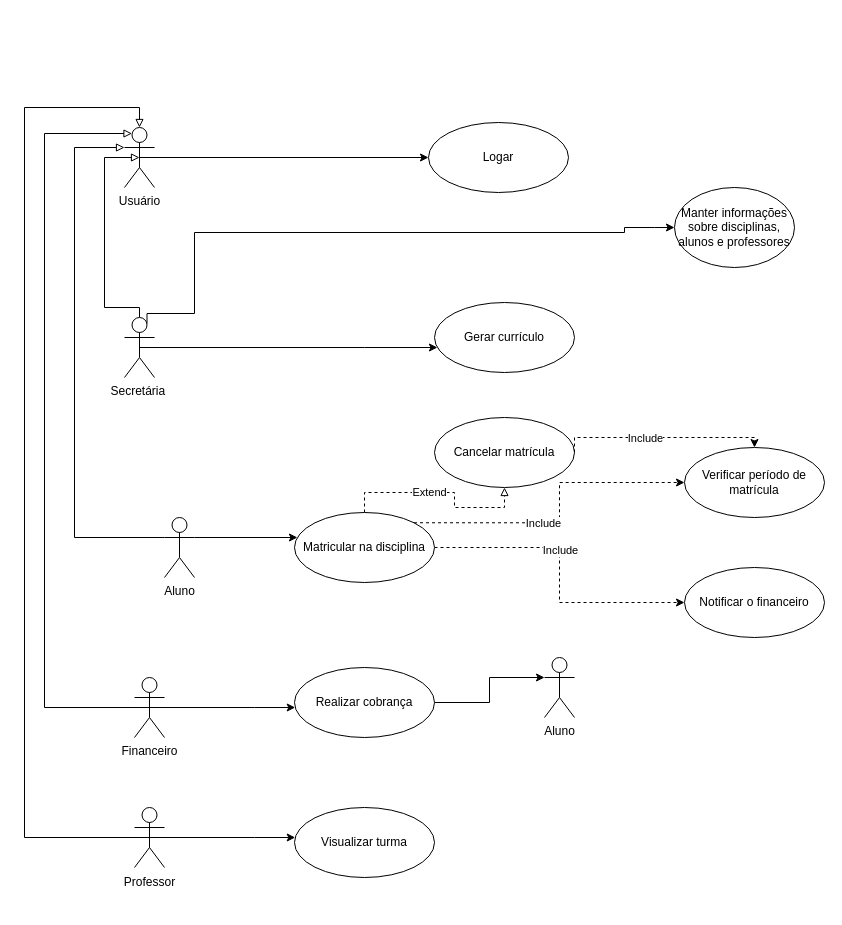
The draw.io diagram projeto/DiagramaCasoDeUso/Aula02LAB.drawio in BernardoPUC/LDS-01, before the edit. Source tidied: cells renumbered, new cells numbered last; positions are measured from the earlier drawing's top-left corner, leaving out a move shared by most shapes. Both pictures are drawn from the tidied source at 100%, with x=0, y=0 at pixel (24, 107).
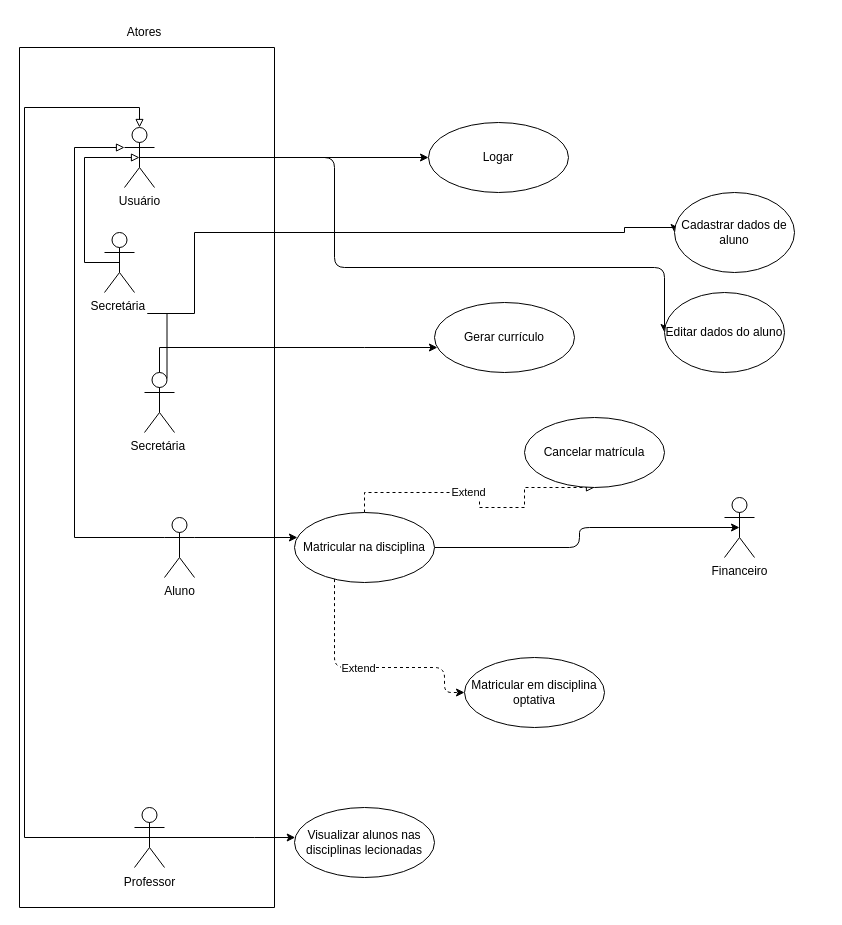
Above is the later version.

Commit message (it also covers changes not shown here):
chore: Atualizar diagramas de caso de uso

Unchanged cells that the change refers to:
```xml
<mxCell id="15" value="Matricular na disciplina" style="ellipse;whiteSpace=wrap;html=1;" parent="1" vertex="1">
  <mxGeometry x="270" y="405" width="140" height="70" as="geometry" />
</mxCell>
<mxCell id="29" value="Usuário" style="shape=umlActor;verticalLabelPosition=bottom;verticalAlign=top;html=1;" parent="1" vertex="1">
  <mxGeometry x="100" y="20" width="30" height="60" as="geometry" />
</mxCell>
```

What changed in the source:
```diff
@@
-    <mxCell id="4" style="edgeStyle=orthogonalEdgeStyle;rounded=0;jettySize=auto;html=1;exitX=0.5;exitY=0;exitDx=0;exitDy=0;exitPerimeter=0;endArrow=block;endFill=0;entryX=0.5;entryY=0.5;entryDx=0;entryDy=0;entryPerimeter=0;" parent="1" edge="1" source="5" target="29">
-      <mxGeometry relative="1" as="geometry">
-        <Array as="points">
-          <mxPoint x="115" y="200" />
-          <mxPoint x="80" y="200" />
-          <mxPoint x="80" y="50" />
-        </Array>
-      </mxGeometry>
-    </mxCell>
     <mxCell id="5" value="Secretária&amp;nbsp;" style="shape=umlActor;verticalLabelPosition=bottom;verticalAlign=top;html=1;" parent="1" vertex="1">
-      <mxGeometry x="100" y="210" width="30" height="60" as="geometry" />
+      <mxGeometry x="120" y="265" width="30" height="60" as="geometry" />
     </mxCell>
@@
-    <mxCell id="7" value="Manter informações sobre disciplinas, alunos e professores" style="ellipse;whiteSpace=wrap;html=1;" parent="1" vertex="1">
-      <mxGeometry x="650" y="80" width="120" height="80" as="geometry" />
+    <mxCell id="7" value="Cadastrar dados de aluno" style="ellipse;whiteSpace=wrap;html=1;" parent="1" vertex="1">
+      <mxGeometry x="650" y="85" width="120" height="80" as="geometry" />
     </mxCell>
@@
-    <mxCell id="11" style="edgeStyle=orthogonalEdgeStyle;rounded=0;jettySize=auto;html=1;exitX=1;exitY=0.5;exitDx=0;exitDy=0;dashed=1;" parent="1" edge="1" source="15" target="20">
-      <mxGeometry relative="1" as="geometry" />
-    </mxCell>
-    <mxCell id="12" value="Include" style="edgeLabel;html=1;align=center;verticalAlign=middle;" parent="11" vertex="1">
-      <mxGeometry x="-0.17" relative="1" as="geometry" />
-    </mxCell>
     <mxCell id="13" style="edgeStyle=orthogonalEdgeStyle;rounded=0;jettySize=auto;html=1;exitX=0.5;exitY=0;exitDx=0;exitDy=0;entryX=0.5;entryY=1;entryDx=0;entryDy=0;endArrow=block;endFill=0;dashed=1;" parent="1" edge="1" source="15" target="16">
-      <mxGeometry relative="1" as="geometry" />
+      <mxGeometry relative="1" as="geometry">
+        <Array as="points">
+          <mxPoint x="340" y="385" />
+          <mxPoint x="455" y="385" />
+          <mxPoint x="455" y="400" />
+          <mxPoint x="500" y="400" />
+          <mxPoint x="500" y="380" />
+        </Array>
+      </mxGeometry>
     </mxCell>
@@
+    <mxCell id="11" style="edgeStyle=orthogonalEdgeStyle;rounded=1;jettySize=auto;html=1;entryX=0;entryY=0.5;entryDx=0;entryDy=0;dashed=1;" parent="1" edge="1" source="15" target="20">
+      <mxGeometry relative="1" as="geometry">
+        <Array as="points">
+          <mxPoint x="310" y="560" />
+          <mxPoint x="420" y="560" />
+          <mxPoint x="420" y="585" />
+        </Array>
+      </mxGeometry>
+    </mxCell>
+    <mxCell id="37" value="Extend" style="edgeLabel;html=1;align=center;verticalAlign=middle;" parent="11" vertex="1">
+      <mxGeometry x="-0.08" y="1" relative="1" as="geometry">
+        <mxPoint y="1" as="offset" />
+      </mxGeometry>
+    </mxCell>
+    <mxCell id="38" style="edgeStyle=orthogonalEdgeStyle;rounded=1;jettySize=auto;html=1;entryX=0.5;entryY=0.5;entryDx=0;entryDy=0;entryPerimeter=0;" parent="1" edge="1" source="15" target="19">
+      <mxGeometry relative="1" as="geometry" />
+    </mxCell>
@@
     <mxCell id="16" value="Cancelar matrícula" style="ellipse;whiteSpace=wrap;html=1;" parent="1" vertex="1">
-      <mxGeometry x="410" y="310" width="140" height="70" as="geometry" />
+      <mxGeometry x="500" y="310" width="140" height="70" as="geometry" />
     </mxCell>
-    <mxCell id="17" style="edgeStyle=orthogonalEdgeStyle;rounded=0;jettySize=auto;html=1;exitX=0.5;exitY=0.5;exitDx=0;exitDy=0;exitPerimeter=0;" parent="1" edge="1" source="19" target="22">
-      <mxGeometry relative="1" as="geometry">
-        <Array as="points">
-          <mxPoint x="230" y="600" />
-          <mxPoint x="230" y="600" />
-        </Array>
-      </mxGeometry>
-    </mxCell>
-    <mxCell id="18" style="edgeStyle=orthogonalEdgeStyle;rounded=0;jettySize=auto;html=1;entryX=0.25;entryY=0.1;entryDx=0;entryDy=0;entryPerimeter=0;endArrow=block;endFill=0;exitX=0.5;exitY=0.5;exitDx=0;exitDy=0;exitPerimeter=0;" parent="1" edge="1" source="19" target="29">
-      <mxGeometry relative="1" as="geometry">
-        <Array as="points">
-          <mxPoint x="20" y="600" />
-          <mxPoint x="20" y="26" />
-        </Array>
-      </mxGeometry>
-    </mxCell>
     <mxCell id="19" value="Financeiro" style="shape=umlActor;verticalLabelPosition=bottom;verticalAlign=top;html=1;" parent="1" vertex="1">
-      <mxGeometry x="110" y="570" width="30" height="60" as="geometry" />
+      <mxGeometry x="700" y="390" width="30" height="60" as="geometry" />
     </mxCell>
-    <mxCell id="20" value="Notificar o financeiro" style="ellipse;whiteSpace=wrap;html=1;" parent="1" vertex="1">
-      <mxGeometry x="660" y="460" width="140" height="70" as="geometry" />
+    <mxCell id="20" value="Matricular em disciplina optativa" style="ellipse;whiteSpace=wrap;html=1;" parent="1" vertex="1">
+      <mxGeometry x="440" y="550" width="140" height="70" as="geometry" />
     </mxCell>
-    <mxCell id="21" style="edgeStyle=orthogonalEdgeStyle;rounded=0;jettySize=auto;html=1;entryX=0;entryY=0.3333333333333333;entryDx=0;entryDy=0;entryPerimeter=0;endArrow=classic;endFill=1;" parent="1" edge="1" source="22" target="36">
-      <mxGeometry relative="1" as="geometry" />
-    </mxCell>
-    <mxCell id="22" value="Realizar cobrança" style="ellipse;whiteSpace=wrap;html=1;" parent="1" vertex="1">
-      <mxGeometry x="270" y="560" width="140" height="70" as="geometry" />
-    </mxCell>
@@
-    <mxCell id="27" value="Visualizar turma" style="ellipse;whiteSpace=wrap;html=1;" parent="1" vertex="1">
+    <mxCell id="27" value="Visualizar alunos nas disciplinas lecionadas" style="ellipse;whiteSpace=wrap;html=1;" parent="1" vertex="1">
       <mxGeometry x="270" y="700" width="140" height="70" as="geometry" />
     </mxCell>
@@
+    <mxCell id="39" style="edgeStyle=orthogonalEdgeStyle;rounded=1;jettySize=auto;html=1;entryX=0;entryY=0.5;entryDx=0;entryDy=0;" parent="1" edge="1" source="29" target="40">
+      <mxGeometry relative="1" as="geometry">
+        <Array as="points">
+          <mxPoint x="310" y="50" />
+          <mxPoint x="310" y="160" />
+          <mxPoint x="640" y="160" />
+        </Array>
+      </mxGeometry>
+    </mxCell>
@@
-    <mxCell id="31" value="Verificar período de matrícula" style="ellipse;whiteSpace=wrap;html=1;" parent="1" vertex="1">
-      <mxGeometry x="660" y="340" width="140" height="70" as="geometry" />
-    </mxCell>
-    <mxCell id="32" style="edgeStyle=orthogonalEdgeStyle;rounded=0;jettySize=auto;html=1;exitX=1;exitY=0;exitDx=0;exitDy=0;dashed=1;" parent="1" edge="1" source="15" target="31">
-      <mxGeometry relative="1" as="geometry" />
-    </mxCell>
-    <mxCell id="33" value="Include" style="edgeLabel;html=1;align=center;verticalAlign=middle;" parent="32" vertex="1">
-      <mxGeometry x="-0.17" relative="1" as="geometry" />
-    </mxCell>
-    <mxCell id="34" style="edgeStyle=orthogonalEdgeStyle;rounded=0;jettySize=auto;html=1;exitX=1;exitY=0.5;exitDx=0;exitDy=0;dashed=1;entryX=0.5;entryY=0;entryDx=0;entryDy=0;" parent="1" edge="1" source="16" target="31">
-      <mxGeometry relative="1" as="geometry">
-        <Array as="points">
-          <mxPoint x="550" y="330" />
-          <mxPoint x="730" y="330" />
-        </Array>
-      </mxGeometry>
-    </mxCell>
-    <mxCell id="35" value="Include" style="edgeLabel;html=1;align=center;verticalAlign=middle;" parent="34" vertex="1">
-      <mxGeometry x="-0.17" relative="1" as="geometry" />
-    </mxCell>
-    <mxCell id="36" value="Aluno" style="shape=umlActor;verticalLabelPosition=bottom;verticalAlign=top;html=1;" parent="1" vertex="1">
-      <mxGeometry x="520" y="550" width="30" height="60" as="geometry" />
-    </mxCell>
+    <mxCell id="40" value="Editar dados do aluno" style="ellipse;whiteSpace=wrap;html=1;" parent="1" vertex="1">
+      <mxGeometry x="640" y="185" width="120" height="80" as="geometry" />
+    </mxCell>
+    <mxCell id="41" value="Secretária&amp;nbsp;" style="shape=umlActor;verticalLabelPosition=bottom;verticalAlign=top;html=1;" parent="1" vertex="1">
+      <mxGeometry x="80" y="125" width="30" height="60" as="geometry" />
+    </mxCell>
+    <mxCell id="42" style="edgeStyle=orthogonalEdgeStyle;rounded=0;jettySize=auto;html=1;exitX=0.5;exitY=0.5;exitDx=0;exitDy=0;exitPerimeter=0;entryX=0.5;entryY=0.5;entryDx=0;entryDy=0;entryPerimeter=0;endArrow=block;endFill=0;" parent="1" edge="1" source="41" target="29">
+      <mxGeometry relative="1" as="geometry">
+        <Array as="points">
+          <mxPoint x="60" y="155" />
+          <mxPoint x="60" y="50" />
+        </Array>
+      </mxGeometry>
+    </mxCell>
+    <mxCell id="43" style="swimlane;startSize=0;" parent="1" vertex="1">
+      <mxGeometry x="-5" y="-60" width="255" height="860" as="geometry" />
+    </mxCell>
+    <mxCell id="44" value="Atores" style="text;html=1;strokeColor=none;fillColor=none;align=center;verticalAlign=middle;whiteSpace=wrap;rounded=0;" parent="1" vertex="1">
+      <mxGeometry x="90" y="-90" width="60" height="30" as="geometry" />
+    </mxCell>
```
